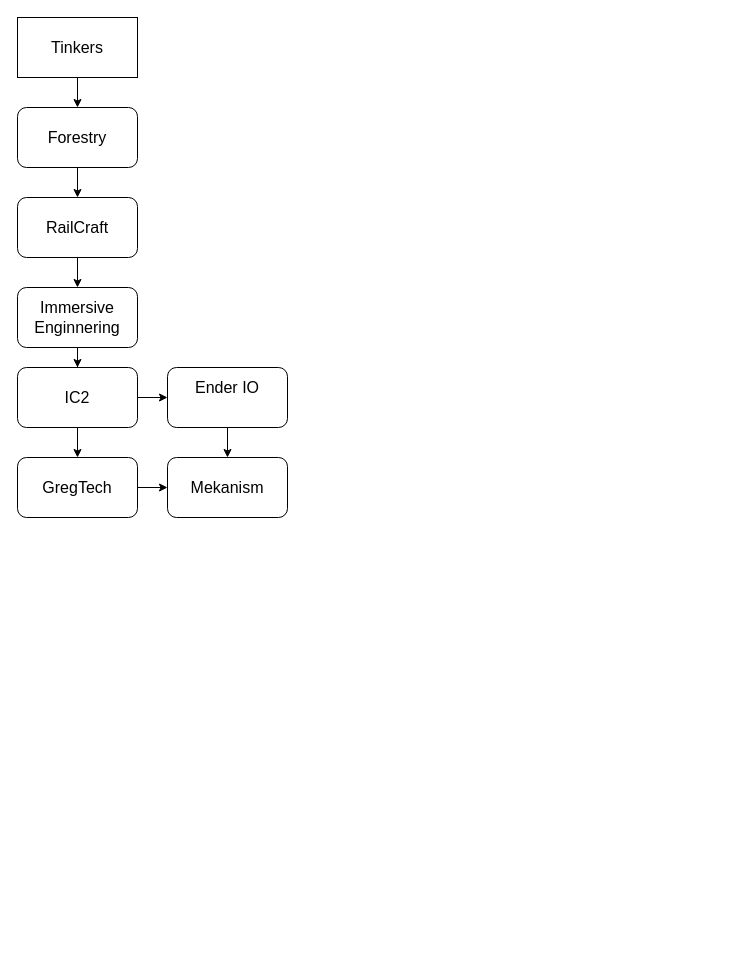
Floofs-Modpack-Dev/Gating keeps this draw.io diagram as ModpackGating.drawio. Above is the earlier version. Source tidied: cells renumbered, new cells numbered last; positions are measured from the earlier drawing's top-left corner, leaving out a move shared by most shapes. Both pictures are drawn from the tidied source at 100%, with x=0, y=0 at pixel (17, 17).
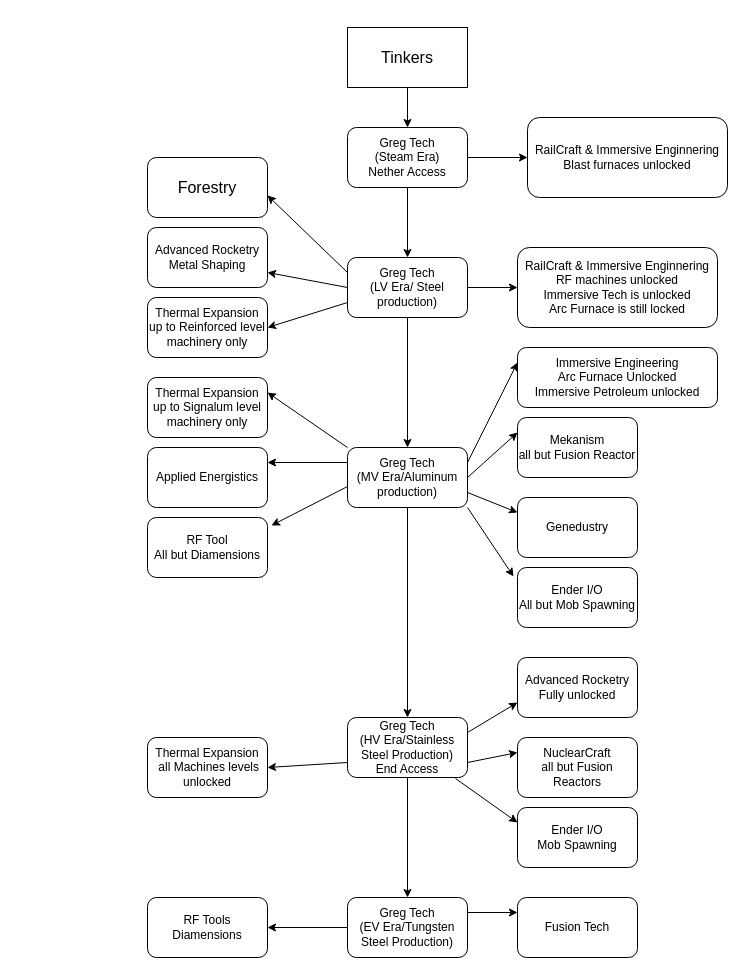
The same diagram, later.

What changed in the source:
```diff
@@
-    <mxCell id="2" style="edgeStyle=orthogonalEdgeStyle;rounded=0;jettySize=auto;html=1;" parent="1" edge="1" source="3" target="5">
-      <mxGeometry relative="1" as="geometry" />
-    </mxCell>
+    <mxCell id="18" style="edgeStyle=orthogonalEdgeStyle;rounded=0;jettySize=auto;html=1;exitX=0.5;exitY=1;exitDx=0;exitDy=0;entryX=0.5;entryY=0;entryDx=0;entryDy=0;" parent="1" edge="1" source="3" target="19">
+      <mxGeometry relative="1" as="geometry" />
+    </mxCell>
     <mxCell id="3" value="&lt;font style=&quot;font-size: 16px&quot;&gt;Tinkers&lt;/font&gt;" style="rounded=0;whiteSpace=wrap;html=1;" parent="1" vertex="1">
-      <mxGeometry width="120" height="60" as="geometry" />
+      <mxGeometry x="330" y="10" width="120" height="60" as="geometry" />
     </mxCell>
-    <mxCell id="4" style="edgeStyle=orthogonalEdgeStyle;rounded=0;jettySize=auto;html=1;" parent="1" edge="1" source="5" target="7">
-      <mxGeometry relative="1" as="geometry" />
-    </mxCell>
     <mxCell id="5" value="&lt;font style=&quot;font-size: 16px&quot;&gt;Forestry&lt;/font&gt;" style="rounded=1;whiteSpace=wrap;html=1;" parent="1" vertex="1">
-      <mxGeometry y="90" width="120" height="60" as="geometry" />
+      <mxGeometry x="130" y="140" width="120" height="60" as="geometry" />
     </mxCell>
-    <mxCell id="6" style="edgeStyle=orthogonalEdgeStyle;rounded=0;jettySize=auto;html=1;" parent="1" edge="1" source="7" target="9">
-      <mxGeometry relative="1" as="geometry" />
-    </mxCell>
-    <mxCell id="7" value="&lt;font style=&quot;font-size: 16px&quot;&gt;RailCraft&lt;/font&gt;" style="rounded=1;whiteSpace=wrap;html=1;" parent="1" vertex="1">
-      <mxGeometry y="180" width="120" height="60" as="geometry" />
-    </mxCell>
-    <mxCell id="8" style="edgeStyle=orthogonalEdgeStyle;rounded=0;jettySize=auto;html=1;" parent="1" edge="1" source="9" target="12">
-      <mxGeometry relative="1" as="geometry" />
-    </mxCell>
-    <mxCell id="9" value="&lt;font style=&quot;font-size: 16px&quot;&gt;Immersive&lt;br&gt;Enginnering&lt;br&gt;&lt;/font&gt;" style="rounded=1;whiteSpace=wrap;html=1;" parent="1" vertex="1">
-      <mxGeometry y="270" width="120" height="60" as="geometry" />
-    </mxCell>
-    <mxCell id="10" style="edgeStyle=orthogonalEdgeStyle;rounded=0;jettySize=auto;html=1;" parent="1" edge="1" source="12" target="17">
-      <mxGeometry relative="1" as="geometry" />
-    </mxCell>
-    <mxCell id="11" style="edgeStyle=orthogonalEdgeStyle;rounded=0;jettySize=auto;html=1;" parent="1" edge="1" source="12" target="14">
-      <mxGeometry relative="1" as="geometry" />
-    </mxCell>
-    <mxCell id="12" value="&lt;font style=&quot;font-size: 16px&quot;&gt;IC2&lt;br&gt;&lt;/font&gt;" style="rounded=1;whiteSpace=wrap;html=1;" parent="1" vertex="1">
-      <mxGeometry y="350" width="120" height="60" as="geometry" />
-    </mxCell>
-    <mxCell id="13" style="edgeStyle=orthogonalEdgeStyle;rounded=0;jettySize=auto;html=1;" parent="1" edge="1" source="14" target="15">
-      <mxGeometry relative="1" as="geometry" />
-    </mxCell>
-    <mxCell id="14" value="&lt;font style=&quot;font-size: 16px&quot;&gt;Ender IO&lt;br&gt;&lt;br&gt;&lt;/font&gt;" style="rounded=1;whiteSpace=wrap;html=1;" parent="1" vertex="1">
-      <mxGeometry x="150" y="350" width="120" height="60" as="geometry" />
-    </mxCell>
-    <mxCell id="15" value="&lt;font style=&quot;font-size: 16px&quot;&gt;Mekanism&lt;br&gt;&lt;/font&gt;" style="rounded=1;whiteSpace=wrap;html=1;" parent="1" vertex="1">
-      <mxGeometry x="150" y="440" width="120" height="60" as="geometry" />
-    </mxCell>
-    <mxCell id="16" style="edgeStyle=orthogonalEdgeStyle;rounded=0;jettySize=auto;html=1;" parent="1" edge="1" source="17" target="15">
-      <mxGeometry relative="1" as="geometry" />
-    </mxCell>
-    <mxCell id="17" value="&lt;font style=&quot;font-size: 16px&quot;&gt;GregTech&lt;br&gt;&lt;/font&gt;" style="rounded=1;whiteSpace=wrap;html=1;" parent="1" vertex="1">
-      <mxGeometry y="440" width="120" height="60" as="geometry" />
-    </mxCell>
+    <mxCell id="19" value="&lt;div&gt;Greg Tech &lt;br&gt;&lt;/div&gt;&lt;div&gt;(Steam Era)&lt;/div&gt;Nether Access" style="rounded=1;whiteSpace=wrap;html=1;" parent="1" vertex="1">
+      <mxGeometry x="330" y="110" width="120" height="60" as="geometry" />
+    </mxCell>
+    <mxCell id="20" value="&lt;div&gt;Greg Tech&lt;/div&gt;&lt;div&gt;(LV Era/ Steel production)&lt;br&gt;&lt;/div&gt;" style="rounded=1;whiteSpace=wrap;html=1;" parent="1" vertex="1">
+      <mxGeometry x="330" y="240" width="120" height="60" as="geometry" />
+    </mxCell>
+    <mxCell id="21" style="endArrow=classic;html=1;exitX=0.5;exitY=1;exitDx=0;exitDy=0;entryX=0.5;entryY=0;entryDx=0;entryDy=0;" parent="1" edge="1" source="19" target="20">
+      <mxGeometry relative="1" as="geometry" />
+    </mxCell>
+    <mxCell id="22" value="&lt;div&gt;RailCraft &amp;amp; Immersive Enginnering&lt;/div&gt;&lt;div&gt;Blast &lt;span style=&quot;background-color: rgb(255 , 255 , 255)&quot;&gt;&lt;span style=&quot;background-position: 0% 0% ; background-repeat: repeat ; background-attachment: scroll ; background-image: none ; background-size: auto&quot;&gt;furnaces unlocked&lt;br&gt;&lt;/span&gt;&lt;/span&gt;&lt;/div&gt;" style="rounded=1;whiteSpace=wrap;html=1;" parent="1" vertex="1">
+      <mxGeometry x="510" y="100" width="200" height="80" as="geometry" />
+    </mxCell>
+    <mxCell id="23" style="endArrow=classic;html=1;exitX=1;exitY=0.5;exitDx=0;exitDy=0;entryX=0;entryY=0.5;entryDx=0;entryDy=0;" parent="1" edge="1" source="19" target="22">
+      <mxGeometry relative="1" as="geometry" />
+    </mxCell>
+    <mxCell id="24" value="&lt;div&gt;RailCraft &amp;amp; Immersive Enginnering&lt;/div&gt;&lt;div&gt;RF machines unlocked&lt;/div&gt;&lt;div&gt;Immersive Tech is unlocked&lt;br&gt;&lt;/div&gt;&lt;div&gt;Arc Furnace is still locked &lt;br&gt;&lt;/div&gt;" style="rounded=1;whiteSpace=wrap;html=1;" parent="1" vertex="1">
+      <mxGeometry x="500" y="230" width="200" height="80" as="geometry" />
+    </mxCell>
+    <mxCell id="25" style="endArrow=classic;html=1;exitX=1;exitY=0.5;exitDx=0;exitDy=0;entryX=0;entryY=0.5;entryDx=0;entryDy=0;" parent="1" edge="1" source="20" target="24">
+      <mxGeometry relative="1" as="geometry" />
+    </mxCell>
+    <mxCell id="26" value="&lt;div&gt;Greg Tech&lt;/div&gt;&lt;div&gt;(MV Era/Aluminum production)&lt;br&gt;&lt;/div&gt;" style="rounded=1;whiteSpace=wrap;html=1;" parent="1" vertex="1">
+      <mxGeometry x="330" y="430" width="120" height="60" as="geometry" />
+    </mxCell>
+    <mxCell id="27" value="&lt;div&gt;Immersive Engineering&lt;/div&gt;&lt;div&gt;Arc Furnace Unlocked&lt;/div&gt;&lt;div&gt;Immersive Petroleum unlocked&lt;br&gt;&lt;/div&gt;" style="rounded=1;whiteSpace=wrap;html=1;" parent="1" vertex="1">
+      <mxGeometry x="500" y="330" width="200" height="60" as="geometry" />
+    </mxCell>
+    <mxCell id="28" style="endArrow=classic;html=1;exitX=0.5;exitY=1;exitDx=0;exitDy=0;entryX=0.5;entryY=0;entryDx=0;entryDy=0;" parent="1" edge="1" source="20" target="26">
+      <mxGeometry relative="1" as="geometry" />
+    </mxCell>
+    <mxCell id="29" style="endArrow=classic;html=1;exitX=1;exitY=0.25;exitDx=0;exitDy=0;entryX=0;entryY=0.25;entryDx=0;entryDy=0;" parent="1" edge="1" source="26" target="27">
+      <mxGeometry relative="1" as="geometry" />
+    </mxCell>
+    <mxCell id="30" style="edgeStyle=orthogonalEdgeStyle;rounded=0;jettySize=auto;html=1;exitX=0.5;exitY=1;exitDx=0;exitDy=0;entryX=0.5;entryY=0;entryDx=0;entryDy=0;" parent="1" edge="1" source="31" target="43">
+      <mxGeometry relative="1" as="geometry" />
+    </mxCell>
+    <mxCell id="31" value="&lt;div&gt;Greg Tech&lt;/div&gt;&lt;div&gt;(HV Era/Stainless Steel Production)&lt;br&gt;&lt;/div&gt;&lt;div&gt;End Access&lt;br&gt;&lt;/div&gt;" style="rounded=1;whiteSpace=wrap;html=1;" parent="1" vertex="1">
+      <mxGeometry x="330" y="700" width="120" height="60" as="geometry" />
+    </mxCell>
+    <mxCell id="32" style="endArrow=classic;html=1;exitX=0.5;exitY=1;exitDx=0;exitDy=0;entryX=0.5;entryY=0;entryDx=0;entryDy=0;" parent="1" edge="1" source="26" target="31">
+      <mxGeometry relative="1" as="geometry" />
+    </mxCell>
+    <mxCell id="33" value="&lt;div&gt;Advanced Rocketry&lt;/div&gt;&lt;div&gt;Fully unlocked&lt;br&gt;&lt;/div&gt;" style="rounded=1;whiteSpace=wrap;html=1;" parent="1" vertex="1">
+      <mxGeometry x="500" y="640" width="120" height="60" as="geometry" />
+    </mxCell>
+    <mxCell id="34" value="&lt;div&gt;Advanced Rocketry&lt;/div&gt;&lt;div&gt;Metal Shaping&lt;br&gt;&lt;/div&gt;" style="rounded=1;whiteSpace=wrap;html=1;" parent="1" vertex="1">
+      <mxGeometry x="130" y="210" width="120" height="60" as="geometry" />
+    </mxCell>
+    <mxCell id="35" style="endArrow=classic;html=1;exitX=0;exitY=0.5;exitDx=0;exitDy=0;entryX=1;entryY=0.75;entryDx=0;entryDy=0;" parent="1" edge="1" source="20" target="34">
+      <mxGeometry relative="1" as="geometry" />
+    </mxCell>
+    <mxCell id="36" style="endArrow=classic;html=1;exitX=1;exitY=0.25;exitDx=0;exitDy=0;entryX=0;entryY=0.75;entryDx=0;entryDy=0;" parent="1" edge="1" source="31" target="33">
+      <mxGeometry relative="1" as="geometry" />
+    </mxCell>
+    <mxCell id="37" value="&lt;div&gt;Thermal Expansion&lt;/div&gt;&lt;div&gt;up to Reinforced level machinery only&lt;br&gt;&lt;/div&gt;" style="rounded=1;whiteSpace=wrap;html=1;" parent="1" vertex="1">
+      <mxGeometry x="130" y="280" width="120" height="60" as="geometry" />
+    </mxCell>
+    <mxCell id="38" style="endArrow=classic;html=1;entryX=1;entryY=0.5;entryDx=0;entryDy=0;exitX=0;exitY=0.75;exitDx=0;exitDy=0;" parent="1" edge="1" source="20" target="37">
+      <mxGeometry relative="1" as="geometry" />
+    </mxCell>
+    <mxCell id="39" value="&lt;div&gt;Thermal Expansion&lt;/div&gt;&lt;div&gt;up to Signalum level machinery only&lt;br&gt;&lt;/div&gt;" style="rounded=1;whiteSpace=wrap;html=1;" parent="1" vertex="1">
+      <mxGeometry x="130" y="360" width="120" height="60" as="geometry" />
+    </mxCell>
+    <mxCell id="40" value="&lt;div&gt;Thermal Expansion&lt;/div&gt;&lt;div&gt;&amp;nbsp;all Machines levels unlocked&lt;br&gt;&lt;/div&gt;" style="rounded=1;whiteSpace=wrap;html=1;" parent="1" vertex="1">
+      <mxGeometry x="130" y="720" width="120" height="60" as="geometry" />
+    </mxCell>
+    <mxCell id="41" style="endArrow=classic;html=1;exitX=0;exitY=0.25;exitDx=0;exitDy=0;entryX=1;entryY=0.633;entryDx=0;entryDy=0;entryPerimeter=0;" parent="1" edge="1" source="20" target="5">
+      <mxGeometry relative="1" as="geometry" />
+    </mxCell>
+    <mxCell id="42" style="endArrow=classic;html=1;entryX=1;entryY=0.25;entryDx=0;entryDy=0;exitX=0;exitY=0;exitDx=0;exitDy=0;" parent="1" edge="1" source="26" target="39">
+      <mxGeometry relative="1" as="geometry" />
+    </mxCell>
+    <mxCell id="43" value="&lt;div&gt;Greg Tech&lt;/div&gt;&lt;div&gt;(EV Era/Tungsten Steel Production)&lt;br&gt;&lt;/div&gt;" style="rounded=1;whiteSpace=wrap;html=1;" parent="1" vertex="1">
+      <mxGeometry x="330" y="880" width="120" height="60" as="geometry" />
+    </mxCell>
+    <mxCell id="44" value="RF Tools Diamensions" style="rounded=1;whiteSpace=wrap;html=1;" parent="1" vertex="1">
+      <mxGeometry x="130" y="880" width="120" height="60" as="geometry" />
+    </mxCell>
+    <mxCell id="45" style="endArrow=classic;html=1;entryX=1;entryY=0.5;entryDx=0;entryDy=0;exitX=0;exitY=0.5;exitDx=0;exitDy=0;" parent="1" edge="1" source="43" target="44">
+      <mxGeometry relative="1" as="geometry" />
+    </mxCell>
+    <mxCell id="46" value="&lt;div&gt;Ender I/O&lt;/div&gt;Mob Spawning" style="rounded=1;whiteSpace=wrap;html=1;" parent="1" vertex="1">
+      <mxGeometry x="500" y="790" width="120" height="60" as="geometry" />
+    </mxCell>
+    <mxCell id="47" style="endArrow=classic;html=1;exitX=0.9;exitY=1.017;exitDx=0;exitDy=0;entryX=0;entryY=0.25;entryDx=0;entryDy=0;exitPerimeter=0;" parent="1" edge="1" source="31" target="46">
+      <mxGeometry relative="1" as="geometry" />
+    </mxCell>
+    <mxCell id="48" value="&lt;div&gt;Mekanism&lt;/div&gt;&lt;div&gt;all but Fusion Reactor&lt;br&gt;&lt;/div&gt;" style="rounded=1;whiteSpace=wrap;html=1;" parent="1" vertex="1">
+      <mxGeometry x="500" y="400" width="120" height="60" as="geometry" />
+    </mxCell>
+    <mxCell id="49" style="endArrow=classic;html=1;exitX=1;exitY=0.5;exitDx=0;exitDy=0;entryX=0;entryY=0.25;entryDx=0;entryDy=0;" parent="1" edge="1" source="26" target="48">
+      <mxGeometry relative="1" as="geometry" />
+    </mxCell>
+    <mxCell id="50" value="&lt;div&gt;NuclearCraft&lt;/div&gt;&lt;div&gt;all but Fusion Reactors&lt;br&gt;&lt;/div&gt;" style="rounded=1;whiteSpace=wrap;html=1;" parent="1" vertex="1">
+      <mxGeometry x="500" y="720" width="120" height="60" as="geometry" />
+    </mxCell>
+    <mxCell id="51" style="endArrow=classic;html=1;exitX=1;exitY=0.75;exitDx=0;exitDy=0;entryX=0;entryY=0.25;entryDx=0;entryDy=0;" parent="1" edge="1" source="31" target="50">
+      <mxGeometry relative="1" as="geometry" />
+    </mxCell>
+    <mxCell id="52" value="Applied Energistics" style="rounded=1;whiteSpace=wrap;html=1;" parent="1" vertex="1">
+      <mxGeometry x="130" y="430" width="120" height="60" as="geometry" />
+    </mxCell>
+    <mxCell id="53" style="endArrow=classic;html=1;entryX=1;entryY=0.5;entryDx=0;entryDy=0;exitX=0;exitY=0.75;exitDx=0;exitDy=0;" parent="1" edge="1" source="31" target="40">
+      <mxGeometry relative="1" as="geometry" />
+    </mxCell>
+    <mxCell id="54" style="endArrow=classic;html=1;entryX=1;entryY=0.25;entryDx=0;entryDy=0;exitX=0;exitY=0.25;exitDx=0;exitDy=0;" parent="1" edge="1" source="26" target="52">
+      <mxGeometry relative="1" as="geometry" />
+    </mxCell>
+    <mxCell id="55" value="Genedustry" style="rounded=1;whiteSpace=wrap;html=1;" parent="1" vertex="1">
+      <mxGeometry x="500" y="480" width="120" height="60" as="geometry" />
+    </mxCell>
+    <mxCell id="56" style="endArrow=classic;html=1;entryX=0;entryY=0.25;entryDx=0;entryDy=0;exitX=1;exitY=0.75;exitDx=0;exitDy=0;" parent="1" edge="1" source="26" target="55">
+      <mxGeometry relative="1" as="geometry" />
+    </mxCell>
+    <mxCell id="57" value="&lt;div&gt;Fusion Tech&lt;/div&gt;" style="rounded=1;whiteSpace=wrap;html=1;" parent="1" vertex="1">
+      <mxGeometry x="500" y="880" width="120" height="60" as="geometry" />
+    </mxCell>
+    <mxCell id="58" style="endArrow=classic;html=1;entryX=0;entryY=0.25;entryDx=0;entryDy=0;exitX=1;exitY=0.25;exitDx=0;exitDy=0;" parent="1" edge="1" source="43" target="57">
+      <mxGeometry relative="1" as="geometry" />
+    </mxCell>
+    <mxCell id="59" value="&lt;div&gt;RF Tool&lt;/div&gt;&lt;div&gt;All but Diamensions&lt;br&gt;&lt;/div&gt;" style="rounded=1;whiteSpace=wrap;html=1;" parent="1" vertex="1">
+      <mxGeometry x="130" y="500" width="120" height="60" as="geometry" />
+    </mxCell>
+    <mxCell id="60" style="endArrow=classic;html=1;entryX=1.033;entryY=0.133;entryDx=0;entryDy=0;entryPerimeter=0;exitX=0;exitY=0.65;exitDx=0;exitDy=0;exitPerimeter=0;" parent="1" edge="1" source="26" target="59">
+      <mxGeometry relative="1" as="geometry" />
+    </mxCell>
+    <mxCell id="61" value="&lt;div&gt;Ender I/O&lt;/div&gt;All but Mob Spawning" style="rounded=1;whiteSpace=wrap;html=1;" parent="1" vertex="1">
+      <mxGeometry x="500" y="550" width="120" height="60" as="geometry" />
+    </mxCell>
+    <mxCell id="62" style="endArrow=classic;html=1;entryX=-0.033;entryY=0.15;entryDx=0;entryDy=0;entryPerimeter=0;exitX=1;exitY=1;exitDx=0;exitDy=0;" parent="1" edge="1" source="26" target="61">
+      <mxGeometry relative="1" as="geometry" />
+    </mxCell>
```
